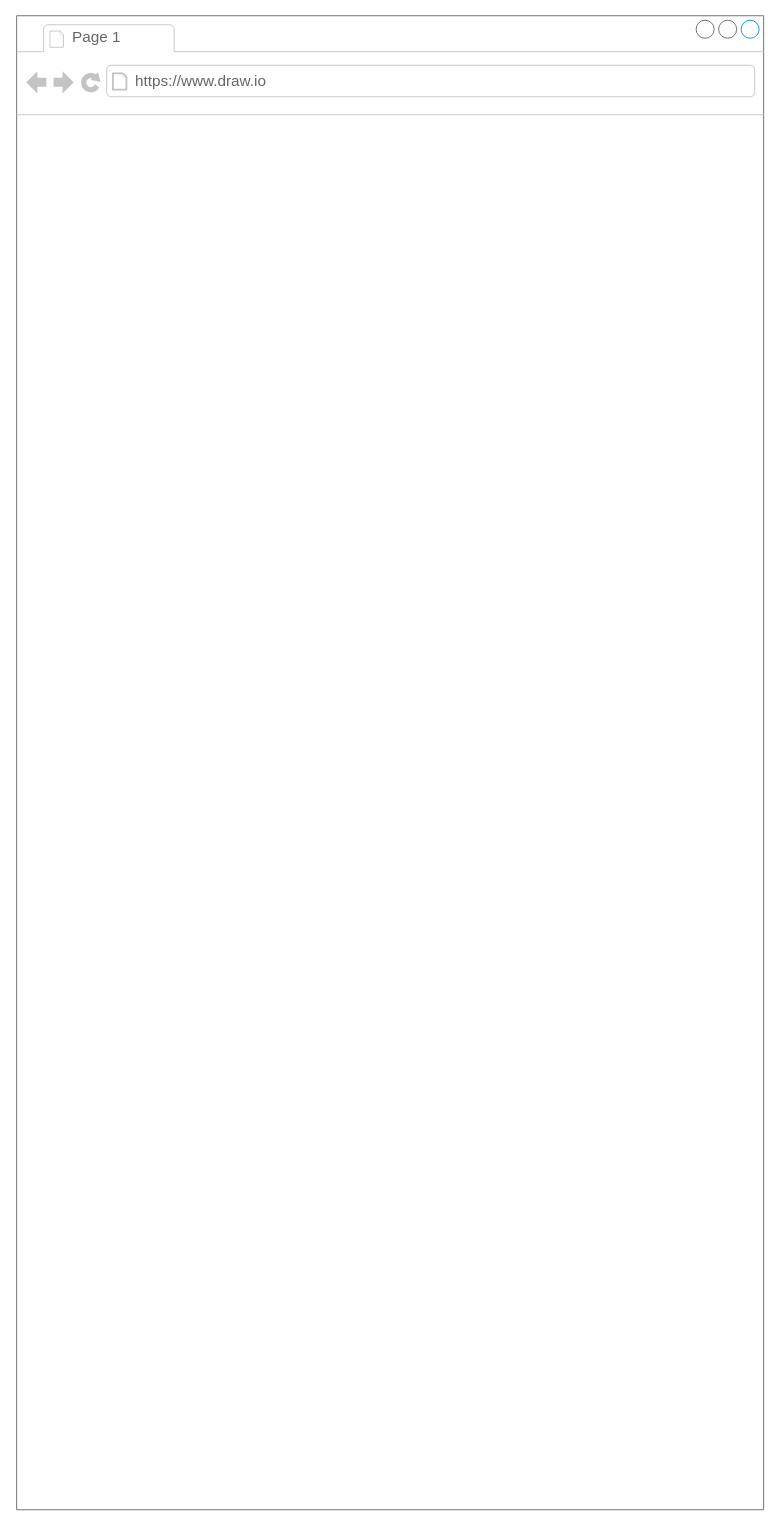
Before: page "Viandas" (1 of 3) of Proyecto.drawio in Joas1s/Mi-primer-pagina-web, a draw.io diagram. Source tidied: cells renumbered, new cells numbered last; positions are measured from the earlier drawing's top-left corner, leaving out a move shared by most shapes. Both pictures are drawn from the tidied source at 90%, with x=0, y=0 at pixel (16, 15).
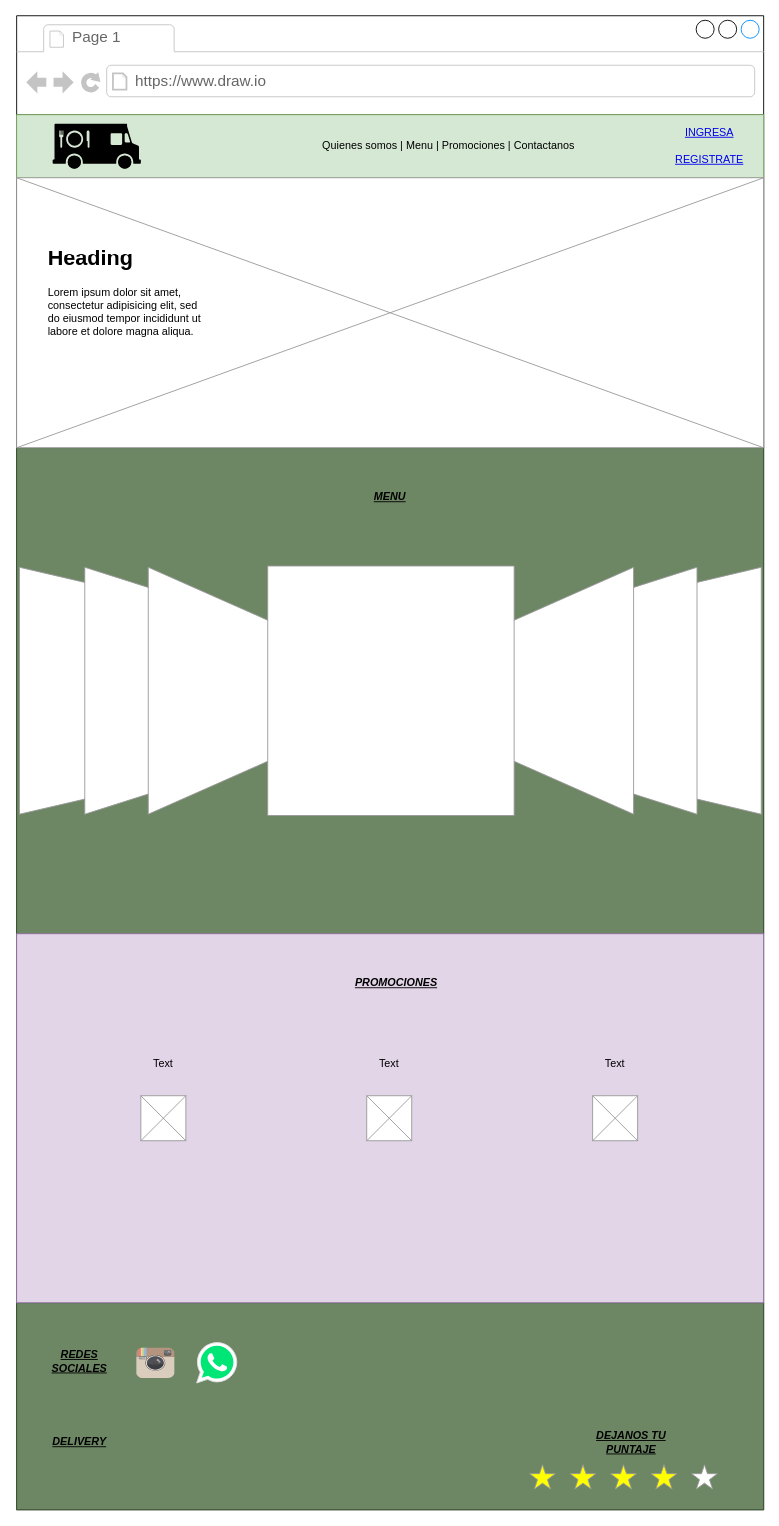
After the change.

The edit, as a diff of the source:
```diff
@@
-    <mxCell id="2" style="strokeWidth=1;shadow=0;dashed=0;align=center;html=1;shape=mxgraph.mockup.containers.browserWindow;rSize=0;strokeColor=#666666;strokeColor2=#008cff;strokeColor3=#c4c4c4;mainText=,;" parent="1" vertex="1">
+    <mxCell id="2" style="strokeWidth=1;shadow=0;dashed=0;align=center;html=1;shape=mxgraph.mockup.containers.browserWindow;rSize=0;strokeColor2=#008cff;strokeColor3=#c4c4c4;mainText=,;" parent="1" vertex="1">
       <mxGeometry width="830" height="1660" as="geometry" />
     </mxCell>
@@
+    <mxCell id="5" style="rounded=0;whiteSpace=wrap;html=1;fillColor=#6d8764;strokeColor=#3A5431;fontColor=#ffffff;" parent="2" vertex="1">
+      <mxGeometry y="1430" width="830" height="230" as="geometry" />
+    </mxCell>
+    <mxCell id="6" style="verticalLabelPosition=bottom;shadow=0;dashed=0;align=center;html=1;verticalAlign=top;strokeWidth=1;shape=mxgraph.mockup.misc.rating;strokeColor=#999999;fillColor=#ffff00;emptyFillColor=#ffffff;grade=4;ratingScale=5;ratingStyle=star;" parent="2" vertex="1">
+      <mxGeometry x="570" y="1610" width="225" height="30" as="geometry" />
+    </mxCell>
+    <mxCell id="7" value="&lt;b&gt;&lt;i&gt;&lt;u&gt;DEJANOS TU PUNTAJE&lt;/u&gt;&lt;/i&gt;&lt;/b&gt;" style="text;html=1;strokeColor=none;fillColor=none;align=center;verticalAlign=middle;whiteSpace=wrap;rounded=0;" parent="2" vertex="1">
+      <mxGeometry x="633.8" y="1570" width="97.5" height="30" as="geometry" />
+    </mxCell>
+    <mxCell id="8" value="&lt;b&gt;&lt;i&gt;&lt;u&gt;DELIVERY&lt;/u&gt;&lt;/i&gt;&lt;/b&gt;" style="text;html=1;strokeColor=none;fillColor=none;align=center;verticalAlign=middle;whiteSpace=wrap;rounded=0;" parent="2" vertex="1">
+      <mxGeometry x="40" y="1570" width="60" height="30" as="geometry" />
+    </mxCell>
+    <mxCell id="9" style="rounded=0;whiteSpace=wrap;html=1;" parent="1" vertex="1">
+      <mxGeometry y="110" width="830" height="370" as="geometry" />
+    </mxCell>
+    <mxCell id="10" style="rounded=0;whiteSpace=wrap;html=1;fillColor=#d5e8d4;strokeColor=#82b366;" parent="1" vertex="1">
+      <mxGeometry y="110" width="830" height="70" as="geometry" />
+    </mxCell>
+    <mxCell id="11" style="rounded=0;whiteSpace=wrap;html=1;fillColor=#6d8764;strokeColor=#3A5431;fontColor=#ffffff;" parent="1" vertex="1">
+      <mxGeometry y="480" width="830" height="540" as="geometry" />
+    </mxCell>
+    <mxCell id="12" style="rounded=0;whiteSpace=wrap;html=1;fillColor=#e1d5e7;strokeColor=#9673a6;" parent="1" vertex="1">
+      <mxGeometry y="1020" width="830" height="410" as="geometry" />
+    </mxCell>
+    <mxCell id="13" value="Quienes somos&lt;span style=&quot;white-space: pre;&quot;&gt; &lt;/span&gt;|&lt;span style=&quot;white-space: pre;&quot;&gt; &lt;/span&gt;Menu&lt;span style=&quot;white-space: pre;&quot;&gt; &lt;/span&gt;|&lt;span style=&quot;white-space: pre;&quot;&gt; &lt;/span&gt;Promociones&lt;span style=&quot;white-space: pre;&quot;&gt; &lt;/span&gt;|&lt;span style=&quot;white-space: pre;&quot;&gt; &lt;/span&gt;Contactanos" style="text;html=1;strokeColor=none;fillColor=none;align=center;verticalAlign=middle;whiteSpace=wrap;rounded=0;" parent="1" vertex="1">
+      <mxGeometry x="280" y="130" width="400" height="30" as="geometry" />
+    </mxCell>
+    <mxCell id="14" style="shape=mxgraph.signs.food.food_truck;html=1;fillColor=#000000;strokeColor=none;verticalLabelPosition=bottom;verticalAlign=top;align=center;sketch=0;" parent="1" vertex="1">
+      <mxGeometry x="40" y="120" width="98" height="50" as="geometry" />
+    </mxCell>
+    <mxCell id="15" style="verticalLabelPosition=bottom;shadow=0;dashed=0;align=center;html=1;verticalAlign=top;strokeWidth=1;shape=mxgraph.mockup.graphics.simpleIcon;strokeColor=#999999;" parent="1" vertex="1">
+      <mxGeometry y="180" width="830" height="300" as="geometry" />
+    </mxCell>
+    <mxCell id="16" style="verticalLabelPosition=bottom;shadow=0;dashed=0;align=center;html=1;verticalAlign=top;strokeWidth=1;shape=mxgraph.mockup.navigation.coverFlow;strokeColor=#999999;" parent="1" vertex="1">
+      <mxGeometry x="-1" y="610" width="830" height="280" as="geometry" />
+    </mxCell>
+    <mxCell id="17" value="&lt;h1&gt;Heading&lt;/h1&gt;&lt;p&gt;Lorem ipsum dolor sit amet, consectetur adipisicing elit, sed do eiusmod tempor incididunt ut labore et dolore magna aliqua.&lt;/p&gt;" style="text;html=1;strokeColor=none;fillColor=none;spacing=5;spacingTop=-20;whiteSpace=wrap;overflow=hidden;rounded=0;" parent="1" vertex="1">
+      <mxGeometry x="30" y="250" width="190" height="120" as="geometry" />
+    </mxCell>
+    <mxCell id="18" value="&lt;u&gt;&lt;i&gt;&lt;b&gt;MENU&lt;/b&gt;&lt;/i&gt;&lt;/u&gt;" style="text;html=1;strokeColor=none;fillColor=none;align=center;verticalAlign=middle;whiteSpace=wrap;rounded=0;" parent="1" vertex="1">
+      <mxGeometry x="385" y="520" width="60" height="30" as="geometry" />
+    </mxCell>
+    <mxCell id="19" value="&lt;b&gt;&lt;i&gt;&lt;u&gt;PROMOCIONES&lt;/u&gt;&lt;/i&gt;&lt;/b&gt;" style="text;html=1;strokeColor=none;fillColor=none;align=center;verticalAlign=middle;whiteSpace=wrap;rounded=0;" parent="1" vertex="1">
+      <mxGeometry x="384" y="1060" width="76" height="30" as="geometry" />
+    </mxCell>
+    <mxCell id="20" style="verticalLabelPosition=bottom;shadow=0;dashed=0;align=center;html=1;verticalAlign=top;strokeWidth=1;shape=mxgraph.mockup.graphics.simpleIcon;strokeColor=#999999;" parent="1" vertex="1">
+      <mxGeometry x="138" y="1200" width="50" height="50" as="geometry" />
+    </mxCell>
+    <mxCell id="21" style="verticalLabelPosition=bottom;shadow=0;dashed=0;align=center;html=1;verticalAlign=top;strokeWidth=1;shape=mxgraph.mockup.graphics.simpleIcon;strokeColor=#999999;" parent="1" vertex="1">
+      <mxGeometry x="389" y="1200" width="50" height="50" as="geometry" />
+    </mxCell>
+    <mxCell id="22" style="verticalLabelPosition=bottom;shadow=0;dashed=0;align=center;html=1;verticalAlign=top;strokeWidth=1;shape=mxgraph.mockup.graphics.simpleIcon;strokeColor=#999999;" parent="1" vertex="1">
+      <mxGeometry x="640" y="1200" width="50" height="50" as="geometry" />
+    </mxCell>
+    <mxCell id="23" value="Text" style="text;html=1;strokeColor=none;fillColor=none;align=center;verticalAlign=middle;whiteSpace=wrap;rounded=0;" parent="1" vertex="1">
+      <mxGeometry x="133" y="1150" width="60" height="30" as="geometry" />
+    </mxCell>
+    <mxCell id="24" value="Text" style="text;html=1;strokeColor=none;fillColor=none;align=center;verticalAlign=middle;whiteSpace=wrap;rounded=0;" parent="1" vertex="1">
+      <mxGeometry x="384" y="1150" width="60" height="30" as="geometry" />
+    </mxCell>
+    <mxCell id="25" value="Text" style="text;html=1;strokeColor=none;fillColor=none;align=center;verticalAlign=middle;whiteSpace=wrap;rounded=0;" parent="1" vertex="1">
+      <mxGeometry x="635" y="1150" width="60" height="30" as="geometry" />
+    </mxCell>
+    <mxCell id="26" value="REGISTRATE" style="text;html=1;strokeColor=none;fillColor=none;whiteSpace=wrap;align=center;verticalAlign=middle;fontColor=#0000EE;fontStyle=4;" parent="1" vertex="1">
+      <mxGeometry x="740" y="140" width="60" height="40" as="geometry" />
+    </mxCell>
+    <mxCell id="27" style="dashed=0;html=1;align=center;labelPosition=center;verticalLabelPosition=bottom;verticalAlign=top;shape=mxgraph.weblogos.instagram;fillColor=#6FC0E4;gradientColor=#1E305B;" parent="1" vertex="1">
+      <mxGeometry x="133" y="1480" width="42.2" height="33.5" as="geometry" />
+    </mxCell>
+    <mxCell id="28" style="dashed=0;html=1;align=center;labelPosition=center;verticalLabelPosition=bottom;verticalAlign=top;shape=mxgraph.weblogos.whatsapp;fillColor=#00E676;strokeColor=#dddddd;" parent="1" vertex="1">
+      <mxGeometry x="200" y="1474.3" width="44.6" height="44.8" as="geometry" />
+    </mxCell>
+    <mxCell id="29" value="&lt;i&gt;&lt;u&gt;&lt;b&gt;REDES SOCIALES&lt;/b&gt;&lt;/u&gt;&lt;/i&gt;" style="text;html=1;strokeColor=none;fillColor=none;align=center;verticalAlign=middle;whiteSpace=wrap;rounded=0;" parent="1" vertex="1">
+      <mxGeometry x="40" y="1480" width="60" height="30" as="geometry" />
+    </mxCell>
+    <mxCell id="30" value="INGRESA" style="text;html=1;strokeColor=none;fillColor=none;whiteSpace=wrap;align=center;verticalAlign=middle;fontColor=#0000EE;fontStyle=4;" parent="1" vertex="1">
+      <mxGeometry x="740" y="110" width="60" height="40" as="geometry" />
+    </mxCell>
```
